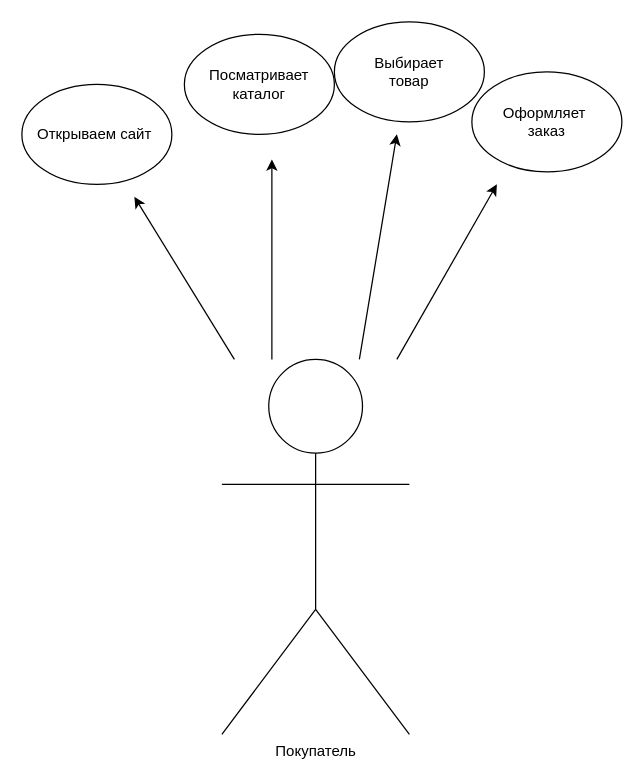
This is Untitled Diagram.drawio from culcat/KURSACH-TOCHNO-POSLEDNII-RAZ, a draw.io file, before an edit. Source tidied: cells renumbered, new cells numbered last; positions are measured from the earlier drawing's top-left corner, leaving out a move shared by most shapes. Both pictures are drawn from the tidied source at 125%, with x=0, y=0 at pixel (21, 21).
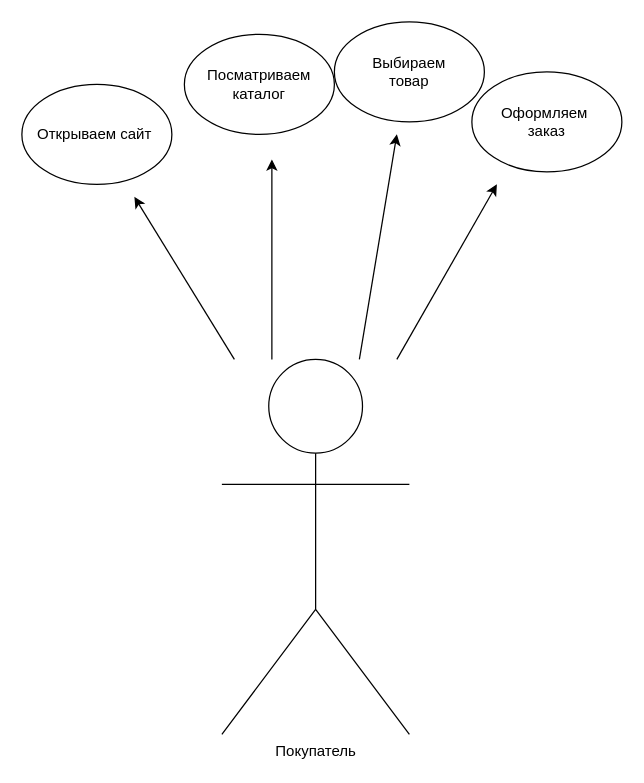
Above is the later version.

Change to the diagram source:
```diff
@@
 <mxGraphModel>
   <root>
     <mxCell id="0" />
     <mxCell id="1" parent="0" />
     <mxCell id="2" value="Покупатель&lt;br&gt;" style="shape=umlActor;verticalLabelPosition=bottom;verticalAlign=top;html=1;" parent="1" vertex="1">
       <mxGeometry x="160" y="270" width="150" height="300" as="geometry" />
     </mxCell>
     <mxCell id="3" style="endArrow=classic;html=1;rounded=0;" parent="1" edge="1">
       <mxGeometry relative="1" as="geometry">
         <mxPoint x="170" y="270" as="sourcePoint" />
         <mxPoint x="90" y="140" as="targetPoint" />
       </mxGeometry>
     </mxCell>
     <mxCell id="4" style="endArrow=classic;html=1;rounded=0;" parent="1" edge="1">
       <mxGeometry relative="1" as="geometry">
         <mxPoint x="200" y="270" as="sourcePoint" />
         <mxPoint x="200" y="110" as="targetPoint" />
       </mxGeometry>
     </mxCell>
     <mxCell id="5" style="endArrow=classic;html=1;rounded=0;" parent="1" edge="1">
       <mxGeometry relative="1" as="geometry">
         <mxPoint x="300" y="270" as="sourcePoint" />
         <mxPoint x="380" y="130" as="targetPoint" />
       </mxGeometry>
     </mxCell>
     <mxCell id="6" style="endArrow=classic;html=1;rounded=0;" parent="1" edge="1">
       <mxGeometry x="0.62" y="-15" relative="1" as="geometry">
         <mxPoint x="270" y="270" as="sourcePoint" />
         <mxPoint x="300" y="90" as="targetPoint" />
       </mxGeometry>
     </mxCell>
     <mxCell id="7" value="Открываем сайт&amp;nbsp;" style="ellipse;whiteSpace=wrap;html=1;" parent="1" vertex="1">
       <mxGeometry y="50" width="120" height="80" as="geometry" />
     </mxCell>
-    <mxCell id="8" value="Посматривает&lt;br&gt;каталог" style="ellipse;whiteSpace=wrap;html=1;" parent="1" vertex="1">
+    <mxCell id="8" value="Посматриваем&lt;br&gt;каталог" style="ellipse;whiteSpace=wrap;html=1;" parent="1" vertex="1">
       <mxGeometry x="130" y="10" width="120" height="80" as="geometry" />
     </mxCell>
-    <mxCell id="9" value="Выбирает &lt;br&gt;товар" style="ellipse;whiteSpace=wrap;html=1;" parent="1" vertex="1">
+    <mxCell id="9" value="Выбираем&lt;br&gt;товар" style="ellipse;whiteSpace=wrap;html=1;" parent="1" vertex="1">
       <mxGeometry x="250" width="120" height="80" as="geometry" />
     </mxCell>
-    <mxCell id="10" value="Оформляет&amp;nbsp;&lt;br&gt;заказ" style="ellipse;whiteSpace=wrap;html=1;" parent="1" vertex="1">
+    <mxCell id="10" value="Оформляем&amp;nbsp;&lt;br&gt;заказ" style="ellipse;whiteSpace=wrap;html=1;" parent="1" vertex="1">
       <mxGeometry x="360" y="40" width="120" height="80" as="geometry" />
     </mxCell>
   </root>
 </mxGraphModel>
```
